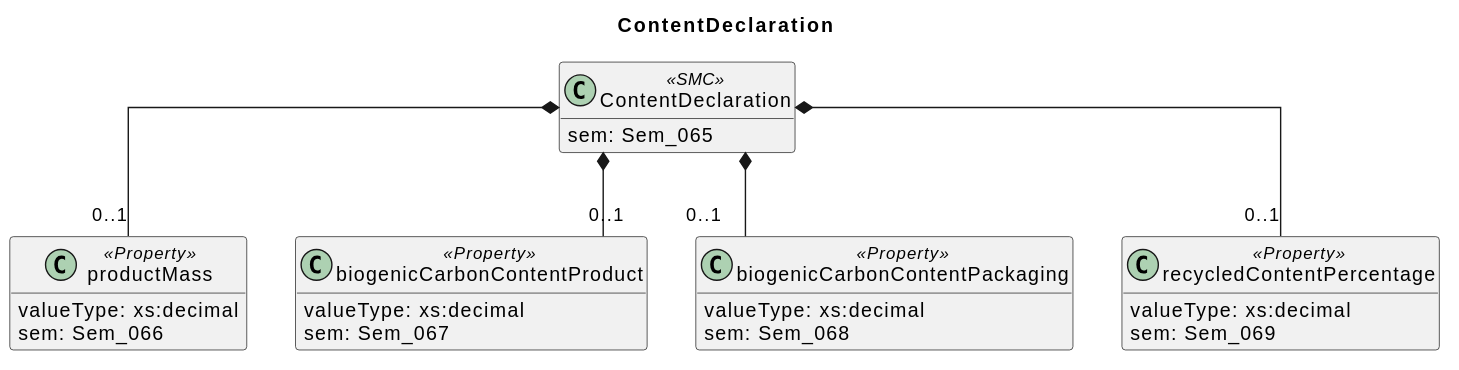
Leeeks/aas-epd-type-iii-submodel keeps this PlantUML diagram as docs/model/sections/ContentDeclaration.svg. Above is the earlier version.
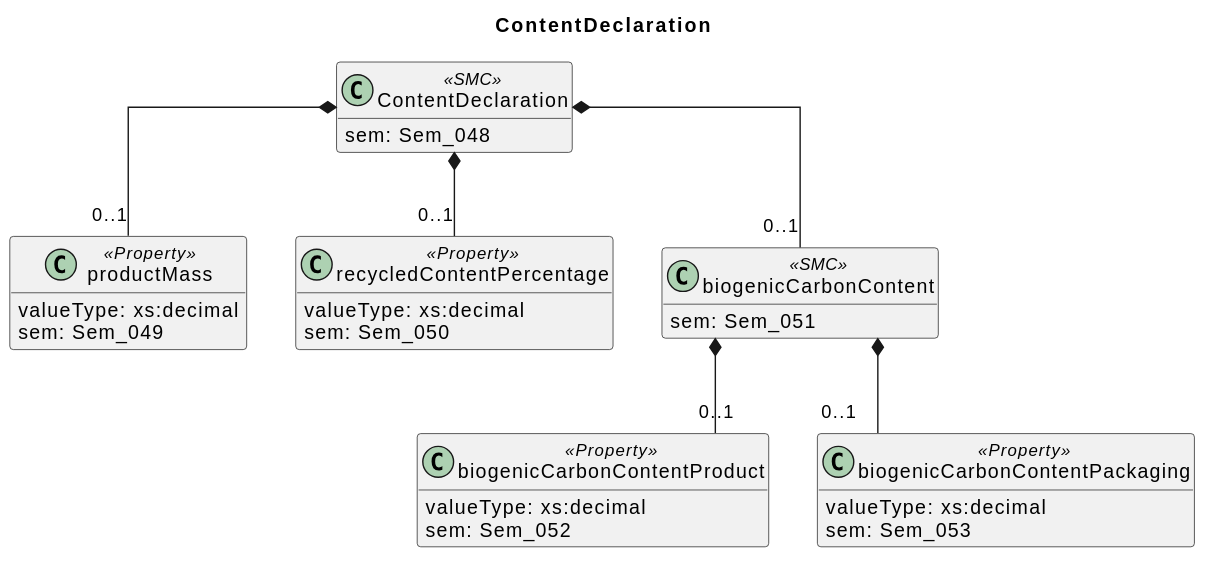
After the change.

The edit, as a diff of the source:
```diff
@@ -5,27 +5,31 @@
 hide empty members
 
 class ContentDeclaration <<SMC>> {
-  sem: Sem_065
+  sem: Sem_048
 }
 class productMass <<Property>> {
   valueType: xs:decimal
-  sem: Sem_066
+  sem: Sem_049
+}
+class recycledContentPercentage <<Property>> {
+  valueType: xs:decimal
+  sem: Sem_050
+}
+class biogenicCarbonContent <<SMC>> {
+  sem: Sem_051
 }
 class biogenicCarbonContentProduct <<Property>> {
   valueType: xs:decimal
-  sem: Sem_067
+  sem: Sem_052
 }
 class biogenicCarbonContentPackaging <<Property>> {
   valueType: xs:decimal
-  sem: Sem_068
-}
-class recycledContentPercentage <<Property>> {
-  valueType: xs:decimal
-  sem: Sem_069
+  sem: Sem_053
 }
 
 ContentDeclaration *-- "0..1" productMass
-ContentDeclaration *-- "0..1" biogenicCarbonContentProduct
-ContentDeclaration *-- "0..1" biogenicCarbonContentPackaging
 ContentDeclaration *-- "0..1" recycledContentPercentage
+ContentDeclaration *-- "0..1" biogenicCarbonContent
+biogenicCarbonContent *-- "0..1" biogenicCarbonContentProduct
+biogenicCarbonContent *-- "0..1" biogenicCarbonContentPackaging
 @enduml
```
